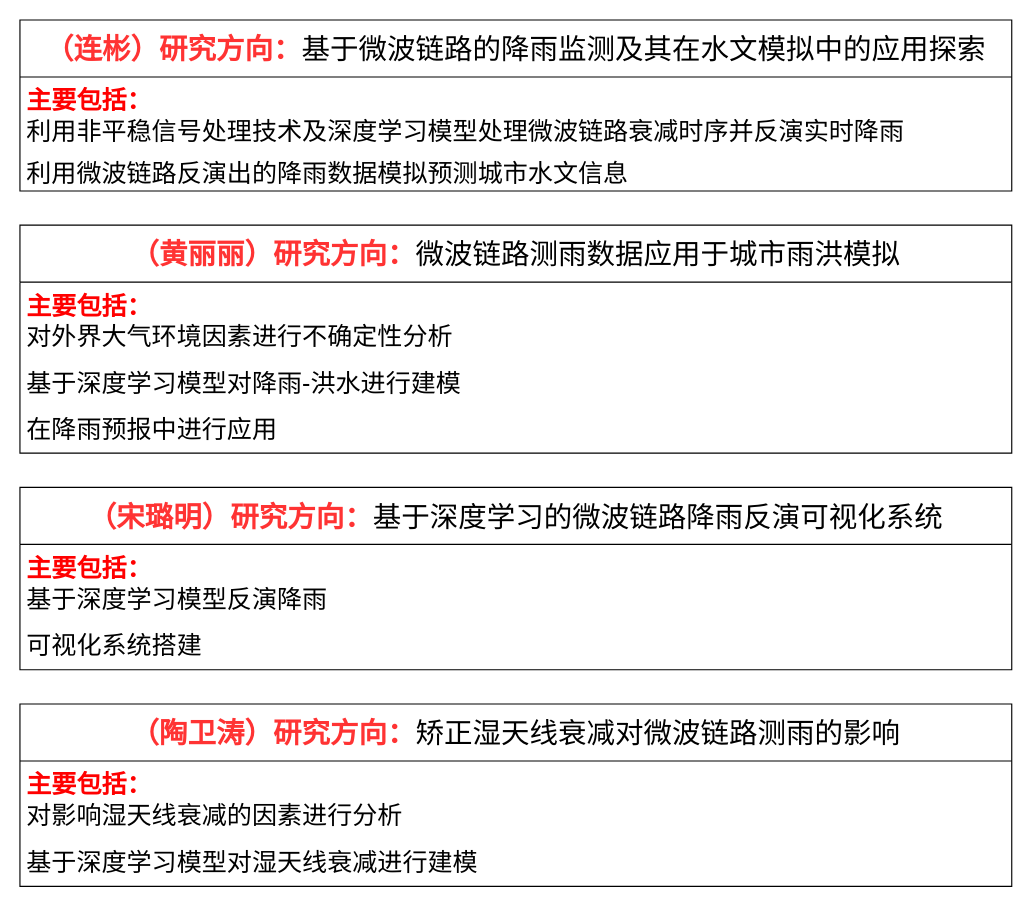
Earlier version of the draw.io diagram 未命名绘图.drawio (Lu-Ming-Song/C). Source tidied: cells renumbered, new cells numbered last; positions are measured from the earlier drawing's top-left corner, leaving out a move shared by most shapes. Both pictures are drawn from the tidied source at 114%, with x=0, y=0 at pixel (19, 19).
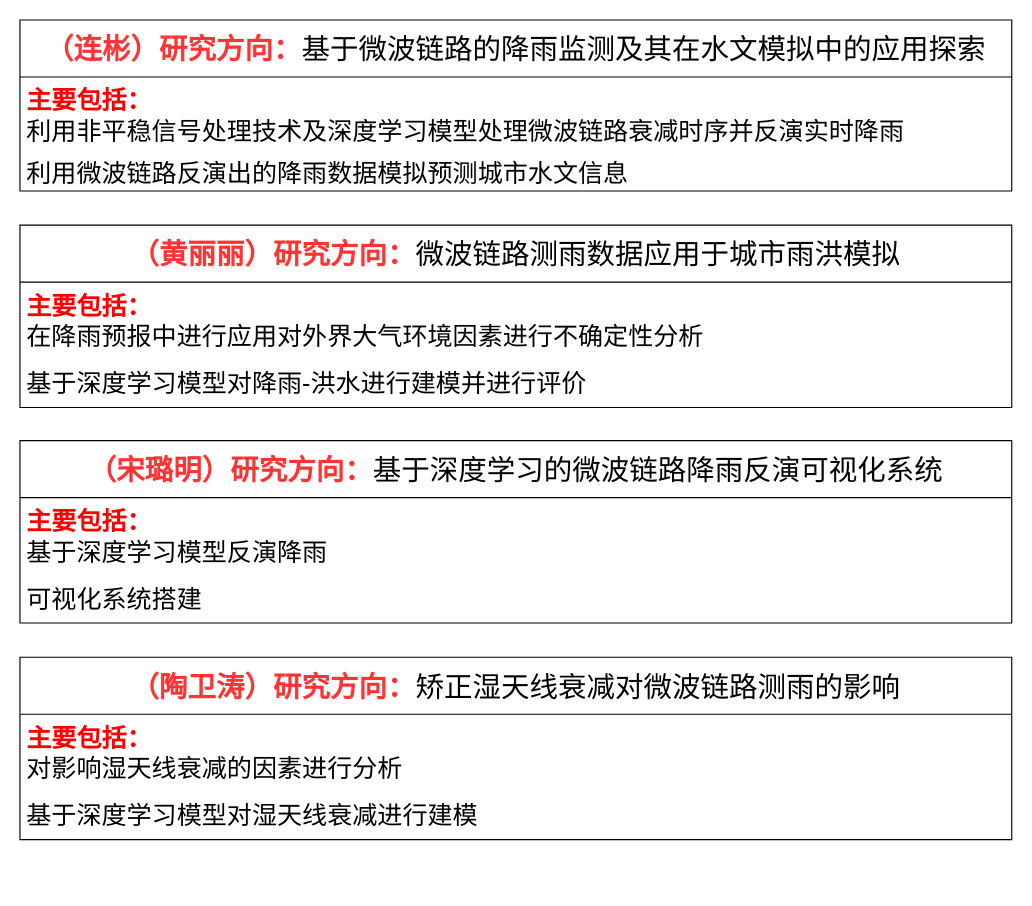
The same diagram, later.

What changed in the source:
```diff
@@
 <mxGraphModel>
   <root>
     <mxCell id="0" />
     <mxCell id="1" parent="0" />
     <mxCell id="2" value="&lt;font style=&quot;font-size: 25px;&quot;&gt;&lt;b&gt;&lt;font color=&quot;#ff3333&quot;&gt;（连彬）研究方向：&lt;/font&gt;&lt;/b&gt;基于微波链路的降雨监测及其在水文模拟中的应用探索&lt;/font&gt;" style="swimlane;fontStyle=0;horizontal=1;startSize=50;whiteSpace=wrap;html=1;" parent="1" vertex="1">
       <mxGeometry width="870" height="150" as="geometry" />
     </mxCell>
     <mxCell id="3" value="&lt;font style=&quot;font-size: 22px;&quot;&gt;&lt;b&gt;&lt;font color=&quot;#ff0000&quot;&gt;主要包括：&lt;/font&gt;&lt;/b&gt;&lt;/font&gt;&lt;div&gt;&lt;font style=&quot;font-size: 22px;&quot;&gt;利用非平稳信号处理技术及深度学习模型处理微波链路衰减时序并反演实时降雨&lt;/font&gt;&lt;/div&gt;" style="text;strokeColor=none;fillColor=none;align=left;verticalAlign=middle;spacingLeft=4;spacingRight=4;overflow=hidden;whiteSpace=wrap;html=1;" parent="2" vertex="1">
       <mxGeometry y="50" width="870" height="70" as="geometry" />
     </mxCell>
     <mxCell id="4" value="&lt;font style=&quot;font-size: 22px;&quot;&gt;利用微波链路反演出的降雨数据模拟预测城市水文信息&lt;/font&gt;" style="text;strokeColor=none;fillColor=none;align=left;verticalAlign=middle;spacingLeft=4;spacingRight=4;overflow=hidden;whiteSpace=wrap;html=1;" parent="2" vertex="1">
       <mxGeometry y="120" width="870" height="30" as="geometry" />
     </mxCell>
     <mxCell id="5" value="&lt;h1 style=&quot;margin-top: 0px;&quot;&gt;&lt;br&gt;&lt;/h1&gt;" style="text;html=1;whiteSpace=wrap;overflow=hidden;rounded=0;" parent="1" vertex="1">
       <mxGeometry x="50" y="270" width="180" height="120" as="geometry" />
     </mxCell>
     <mxCell id="6" value="&lt;font style=&quot;font-size: 25px;&quot;&gt;&lt;b&gt;&lt;font color=&quot;#ff3333&quot;&gt;（黄丽丽）研究方向：&lt;/font&gt;&lt;/b&gt;微波链路测雨数据应用于城市雨洪模拟&lt;/font&gt;" style="swimlane;fontStyle=0;horizontal=1;startSize=50;whiteSpace=wrap;html=1;" parent="1" vertex="1">
-      <mxGeometry y="180" width="870" height="200" as="geometry" />
+      <mxGeometry y="180" width="870" height="160" as="geometry" />
     </mxCell>
-    <mxCell id="7" value="&lt;font style=&quot;font-size: 22px;&quot;&gt;&lt;b&gt;&lt;font color=&quot;#ff0000&quot;&gt;主要包括：&lt;/font&gt;&lt;/b&gt;&lt;/font&gt;&lt;div&gt;&lt;font style=&quot;font-size: 22px;&quot;&gt;对外界大气环境因素进行不确定性分析&lt;/font&gt;&lt;/div&gt;" style="text;strokeColor=none;fillColor=none;align=left;verticalAlign=middle;spacingLeft=4;spacingRight=4;overflow=hidden;whiteSpace=wrap;html=1;" parent="6" vertex="1">
+    <mxCell id="7" value="&lt;font style=&quot;font-size: 22px;&quot;&gt;&lt;b&gt;&lt;font color=&quot;#ff0000&quot;&gt;主要包括：&lt;/font&gt;&lt;/b&gt;&lt;/font&gt;&lt;div&gt;&lt;font style=&quot;font-size: 22px;&quot;&gt;在降雨预报中进行应用对外界大气环境因素进行不确定性分析&lt;/font&gt;&lt;/div&gt;" style="text;strokeColor=none;fillColor=none;align=left;verticalAlign=middle;spacingLeft=4;spacingRight=4;overflow=hidden;whiteSpace=wrap;html=1;" parent="6" vertex="1">
       <mxGeometry y="50" width="870" height="70" as="geometry" />
     </mxCell>
-    <mxCell id="8" value="&lt;span style=&quot;font-size: 22px;&quot;&gt;基于深度学习模型对降雨-洪水进行建模&lt;/span&gt;" style="text;strokeColor=none;fillColor=none;align=left;verticalAlign=middle;spacingLeft=4;spacingRight=4;overflow=hidden;whiteSpace=wrap;html=1;" parent="6" vertex="1">
+    <mxCell id="8" value="&lt;span style=&quot;font-size: 22px;&quot;&gt;基于深度学习模型对降雨-洪水进行建模并进行评价&lt;/span&gt;" style="text;strokeColor=none;fillColor=none;align=left;verticalAlign=middle;spacingLeft=4;spacingRight=4;overflow=hidden;whiteSpace=wrap;html=1;" parent="6" vertex="1">
       <mxGeometry y="120" width="870" height="40" as="geometry" />
     </mxCell>
-    <mxCell id="9" value="&lt;font style=&quot;font-size: 22px;&quot;&gt;在降雨预报中进行应用&lt;/font&gt;" style="text;strokeColor=none;fillColor=none;align=left;verticalAlign=middle;spacingLeft=4;spacingRight=4;overflow=hidden;whiteSpace=wrap;html=1;" parent="6" vertex="1">
-      <mxGeometry y="160" width="870" height="40" as="geometry" />
-    </mxCell>
     <mxCell id="10" value="&lt;font style=&quot;font-size: 25px;&quot;&gt;&lt;b&gt;&lt;font color=&quot;#ff3333&quot;&gt;（宋璐明）研究方向：&lt;/font&gt;&lt;/b&gt;基于深度学习的微波链路降雨反演可视化系统&lt;/font&gt;" style="swimlane;fontStyle=0;horizontal=1;startSize=50;whiteSpace=wrap;html=1;" parent="1" vertex="1">
-      <mxGeometry y="410" width="870" height="160" as="geometry" />
+      <mxGeometry y="369" width="870" height="160" as="geometry" />
     </mxCell>
     <mxCell id="11" value="&lt;font style=&quot;font-size: 22px;&quot;&gt;&lt;b&gt;&lt;font color=&quot;#ff0000&quot;&gt;主要包括：&lt;/font&gt;&lt;/b&gt;&lt;/font&gt;&lt;div&gt;&lt;span style=&quot;font-size: 22px;&quot;&gt;基于深度学习模型反演降雨&lt;/span&gt;&lt;/div&gt;" style="text;strokeColor=none;fillColor=none;align=left;verticalAlign=middle;spacingLeft=4;spacingRight=4;overflow=hidden;whiteSpace=wrap;html=1;" parent="10" vertex="1">
       <mxGeometry y="50" width="870" height="70" as="geometry" />
     </mxCell>
     <mxCell id="12" value="&lt;span style=&quot;font-size: 22px;&quot;&gt;可视化系统搭建&lt;/span&gt;" style="text;strokeColor=none;fillColor=none;align=left;verticalAlign=middle;spacingLeft=4;spacingRight=4;overflow=hidden;whiteSpace=wrap;html=1;" parent="10" vertex="1">
       <mxGeometry y="120" width="870" height="40" as="geometry" />
     </mxCell>
     <mxCell id="13" value="&lt;font style=&quot;font-size: 25px;&quot;&gt;&lt;b&gt;&lt;font color=&quot;#ff3333&quot;&gt;（陶卫涛）研究方向：&lt;/font&gt;&lt;/b&gt;矫正湿天线衰减对微波链路测雨的影响&lt;/font&gt;" style="swimlane;fontStyle=0;horizontal=1;startSize=50;whiteSpace=wrap;html=1;" parent="1" vertex="1">
-      <mxGeometry y="600" width="870" height="160" as="geometry" />
+      <mxGeometry y="559" width="870" height="160" as="geometry" />
     </mxCell>
     <mxCell id="14" value="&lt;font style=&quot;font-size: 22px;&quot;&gt;&lt;b&gt;&lt;font color=&quot;#ff0000&quot;&gt;主要包括：&lt;/font&gt;&lt;/b&gt;&lt;/font&gt;&lt;div&gt;&lt;span style=&quot;font-size: 22px;&quot;&gt;对影响湿天线衰减的因素进行分析&lt;/span&gt;&lt;/div&gt;" style="text;strokeColor=none;fillColor=none;align=left;verticalAlign=middle;spacingLeft=4;spacingRight=4;overflow=hidden;whiteSpace=wrap;html=1;" parent="13" vertex="1">
       <mxGeometry y="50" width="870" height="70" as="geometry" />
     </mxCell>
     <mxCell id="15" value="&lt;span style=&quot;font-size: 22px;&quot;&gt;基于深度学习模型对湿天线衰减进行建模&lt;/span&gt;" style="text;strokeColor=none;fillColor=none;align=left;verticalAlign=middle;spacingLeft=4;spacingRight=4;overflow=hidden;whiteSpace=wrap;html=1;" parent="13" vertex="1">
       <mxGeometry y="120" width="870" height="40" as="geometry" />
     </mxCell>
   </root>
 </mxGraphModel>
```
